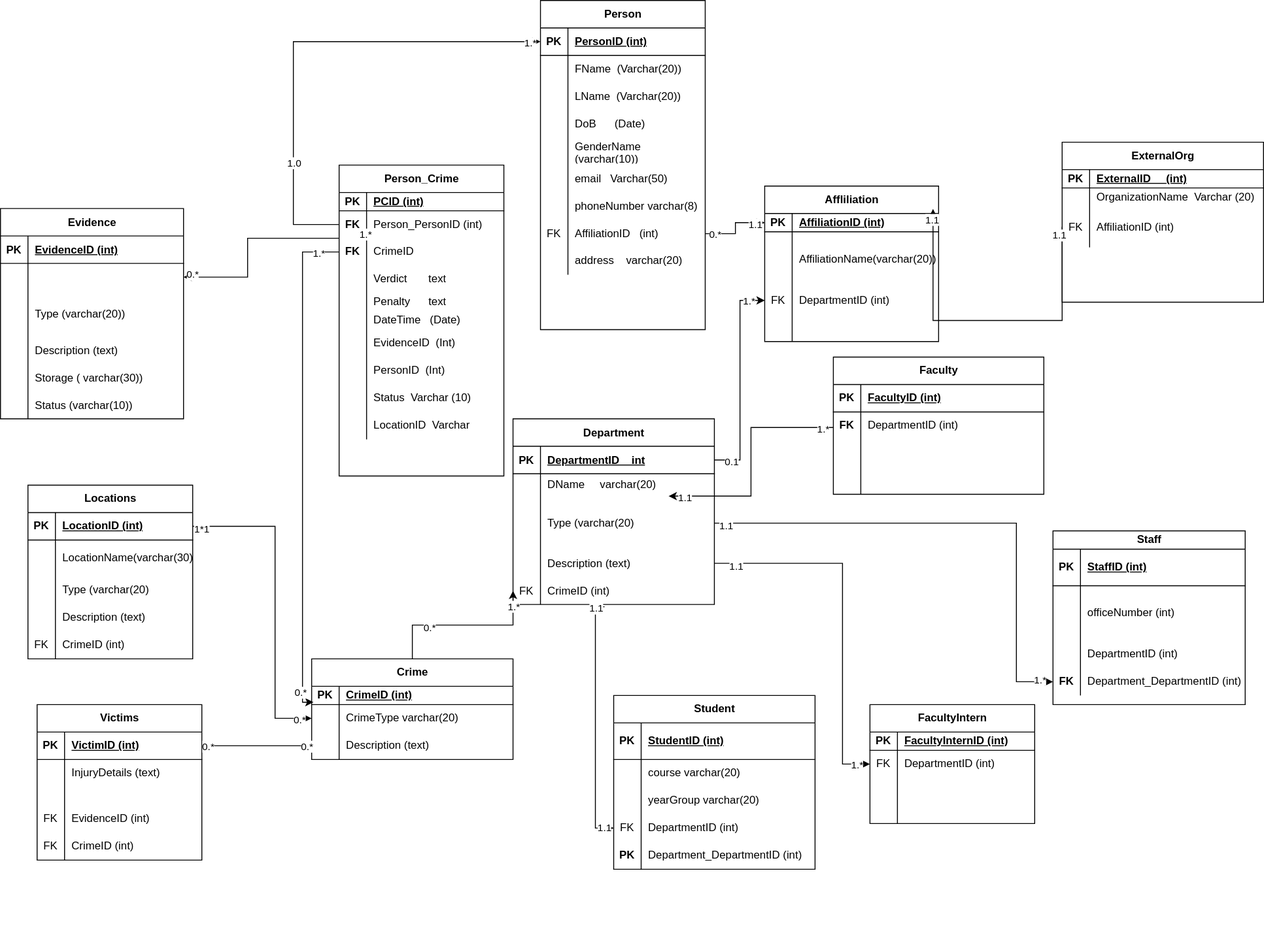
Earlier version of the draw.io export Untitled Diagram.drawio.svg (Priscile2/Diagrams). Source tidied: cells renumbered, new cells last; positions are measured from the earlier drawing's top-left corner, leaving out a move shared by most shapes.
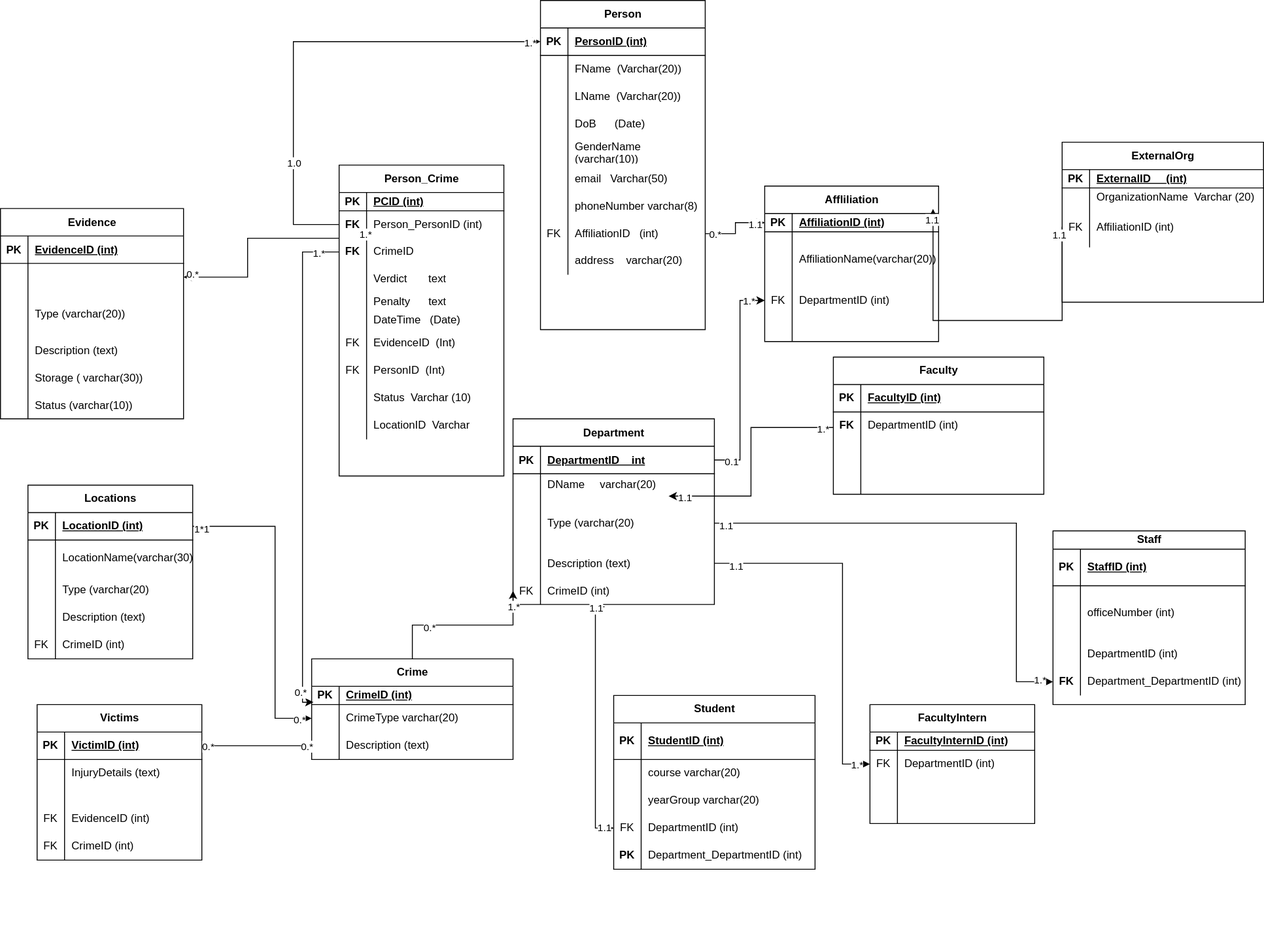
The same diagram one commit later.

The edit, as a diff of the source:
```diff
@@ -290,7 +290,7 @@
     <mxCell id="97" style="shape=tableRow;horizontal=0;startSize=0;swimlaneHead=0;swimlaneBody=0;fillColor=none;top=0;left=0;right=0;bottom=0;" parent="78" vertex="1">
       <mxGeometry y="180" width="180" height="30" as="geometry" />
     </mxCell>
-    <mxCell id="98" style="shape=partialRectangle;fillColor=none;top=0;left=0;bottom=0;right=0;overflow=hidden;whiteSpace=wrap;html=1;" parent="97" vertex="1">
+    <mxCell id="98" value="FK" style="shape=partialRectangle;fillColor=none;top=0;left=0;bottom=0;right=0;overflow=hidden;whiteSpace=wrap;html=1;" parent="97" vertex="1">
       <mxGeometry width="30" height="30" as="geometry" />
     </mxCell>
     <mxCell id="99" value="EvidenceID&amp;nbsp; (Int)" style="shape=partialRectangle;fillColor=none;top=0;left=0;bottom=0;right=0;align=left;spacingLeft=6;overflow=hidden;whiteSpace=wrap;html=1;" parent="97" vertex="1">
@@ -299,7 +299,7 @@
     <mxCell id="100" style="shape=tableRow;horizontal=0;startSize=0;swimlaneHead=0;swimlaneBody=0;fillColor=none;top=0;left=0;right=0;bottom=0;" parent="78" vertex="1">
       <mxGeometry y="210" width="180" height="30" as="geometry" />
     </mxCell>
-    <mxCell id="101" style="shape=partialRectangle;fillColor=none;top=0;left=0;bottom=0;right=0;overflow=hidden;whiteSpace=wrap;html=1;" parent="100" vertex="1">
+    <mxCell id="101" value="FK" style="shape=partialRectangle;fillColor=none;top=0;left=0;bottom=0;right=0;overflow=hidden;whiteSpace=wrap;html=1;" parent="100" vertex="1">
       <mxGeometry width="30" height="30" as="geometry" />
     </mxCell>
     <mxCell id="102" value="PersonID&amp;nbsp; (Int)" style="shape=partialRectangle;fillColor=none;top=0;left=0;bottom=0;right=0;align=left;spacingLeft=6;overflow=hidden;whiteSpace=wrap;html=1;" parent="100" vertex="1">
```
